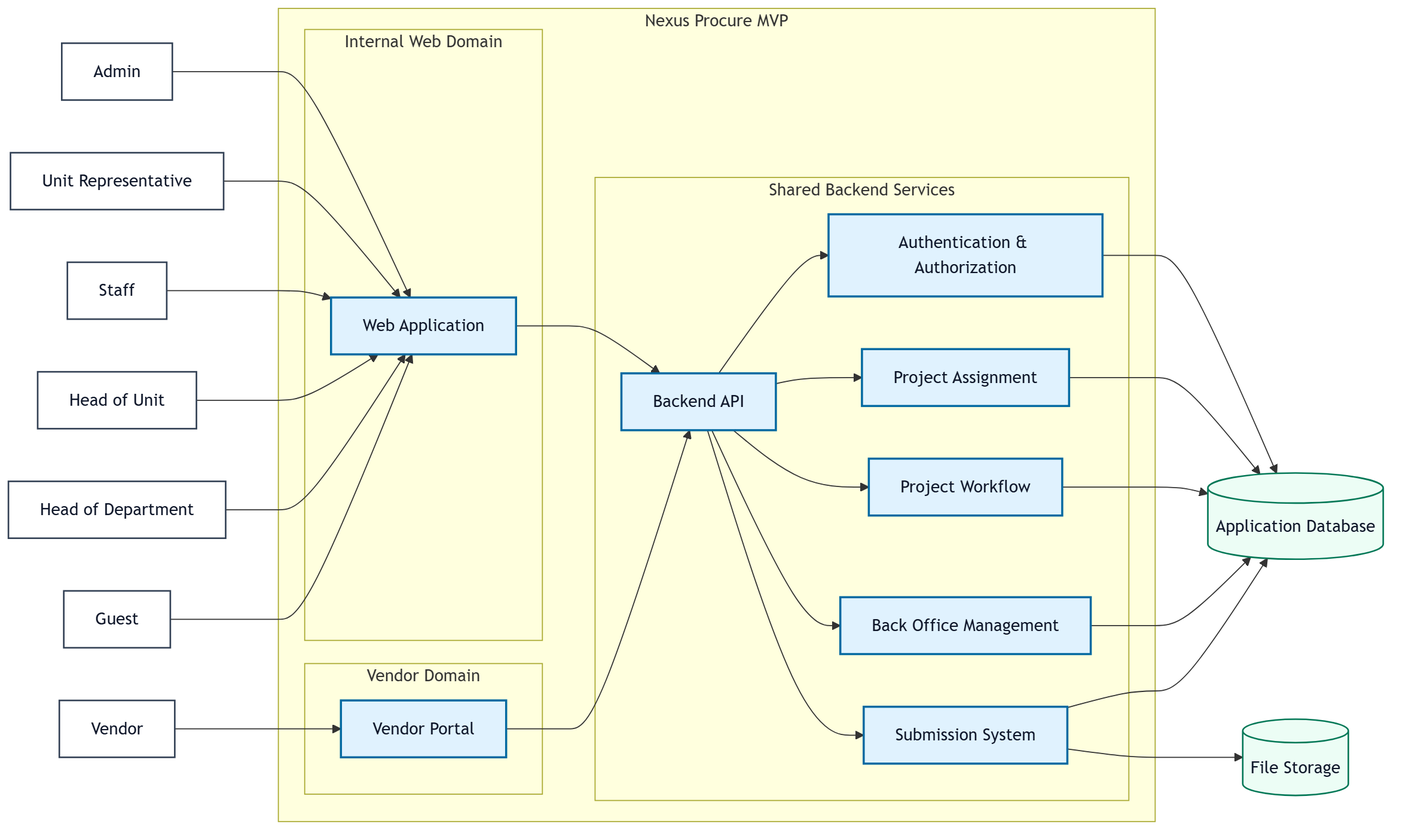
capmoo-capstone/report keeps this Mermaid diagram as report-diagrams/01-system-context.png. Above is the earlier version. Its source is kept beside it as report-diagrams/01-system-context.mmd.
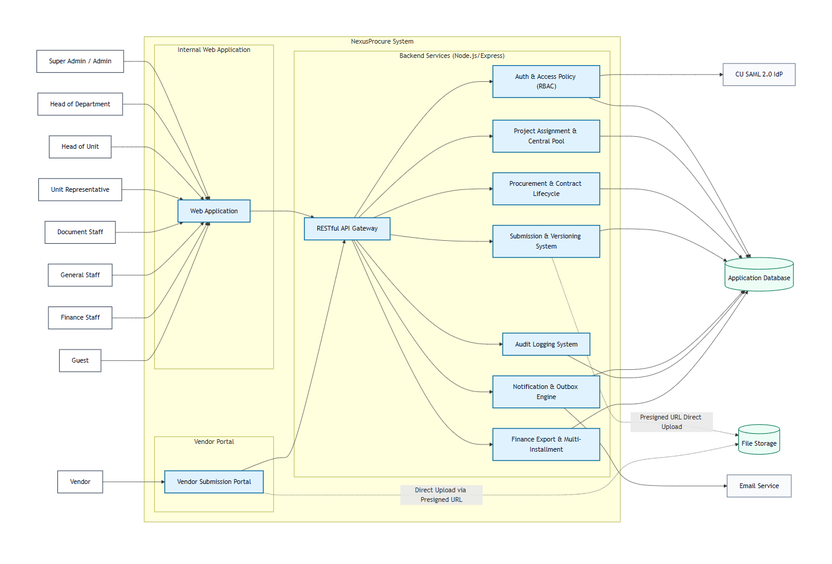
The same diagram one commit later.

Diff of the diagram source:
```diff
@@ -4,56 +4,72 @@
     classDef external fill:#f8fafc,stroke:#64748b,stroke-width:1.5px,color:#0f172a;
     classDef storage fill:#ecfdf5,stroke:#047857,stroke-width:1.5px,color:#0f172a;
 
-    Admin["Admin"]:::actor
+    SuperAdmin["Super Admin / Admin"]:::actor
+    Director["Head of Department"]:::actor
+    Head["Head of Unit"]:::actor
     UnitRep["Unit Representative"]:::actor
-    Staff["Staff"]:::actor
-    Head["Head of Unit"]:::actor
-    Director["Head of Department"]:::actor
+    DocStaff["Document Staff"]:::actor
+    Staff["General Staff"]:::actor
+    FinStaff["Finance Staff"]:::actor
     Guest["Guest"]:::actor
     Vendor["Vendor"]:::actor
 
-    subgraph Boundary["Nexus Procure MVP"]
-        subgraph InternalDomain["Internal Web Domain"]
+    subgraph Boundary["NexusProcure System"]
+        subgraph InternalDomain["Internal Web Application"]
             App["Web Application"]:::system
         end
 
-        subgraph VendorDomain["Vendor Domain"]
-            VendorPortal["Vendor Portal"]:::system
+        subgraph VendorDomain["Vendor Portal"]
+            VendorPortal["Vendor Submission Portal"]:::system
         end
 
-        subgraph SharedServices["Shared Backend Services"]
-            API["Backend API"]:::system
-            Auth["Authentication & Authorization"]:::system
-            Assignment["Project Assignment"]:::system
-            Workflow["Project Workflow"]:::system
-            Submission["Submission System"]:::system
-            BackOffice["Back Office Management"]:::system
+        subgraph SharedServices["Backend Services (Node.js/Express)"]
+            API["RESTful API Gateway"]:::system
+            Auth["Auth & Access Policy (RBAC)"]:::system
+            Assignment["Project Assignment & Central Pool"]:::system
+            Workflow["Procurement & Contract Lifecycle"]:::system
+            Submission["Submission & Versioning System"]:::system
+            Notification["Notification & Outbox Engine"]:::system
+            Audit["Audit Logging System"]:::system
+            Finance["Finance Export & Multi-Installment"]:::system
         end
     end
 
+    CUSAML["CU SAML 2.0 IdP"]:::external
+    BrevoEmail["Email Service"]:::external
     DB[("Application Database")]:::storage
     FileStore[("File Storage")]:::storage
 
-    Admin --> App
+    SuperAdmin --> App
+    Director --> App
+    Head --> App
     UnitRep --> App
+    DocStaff --> App
     Staff --> App
-    Head --> App
-    Director --> App
+    FinStaff --> App
     Guest --> App
     Vendor --> VendorPortal
 
     App --> API
     VendorPortal --> API
+
     API --> Auth
     API --> Assignment
     API --> Workflow
     API --> Submission
-    API --> BackOffice
+    API --> Notification
+    API --> Audit
+    API --> Finance
+
+    Auth --> CUSAML
+    Notification --> BrevoEmail
+    Submission -.->|Presigned URL Direct Upload| FileStore
+    VendorPortal -.->|Direct Upload via Presigned URL| FileStore
 
     Auth --> DB
     Assignment --> DB
     Workflow --> DB
-    BackOffice --> DB
     Submission --> DB
-
-    Submission --> FileStore
+    Notification --> DB
+    Audit --> DB
+    Finance --> DB
```
